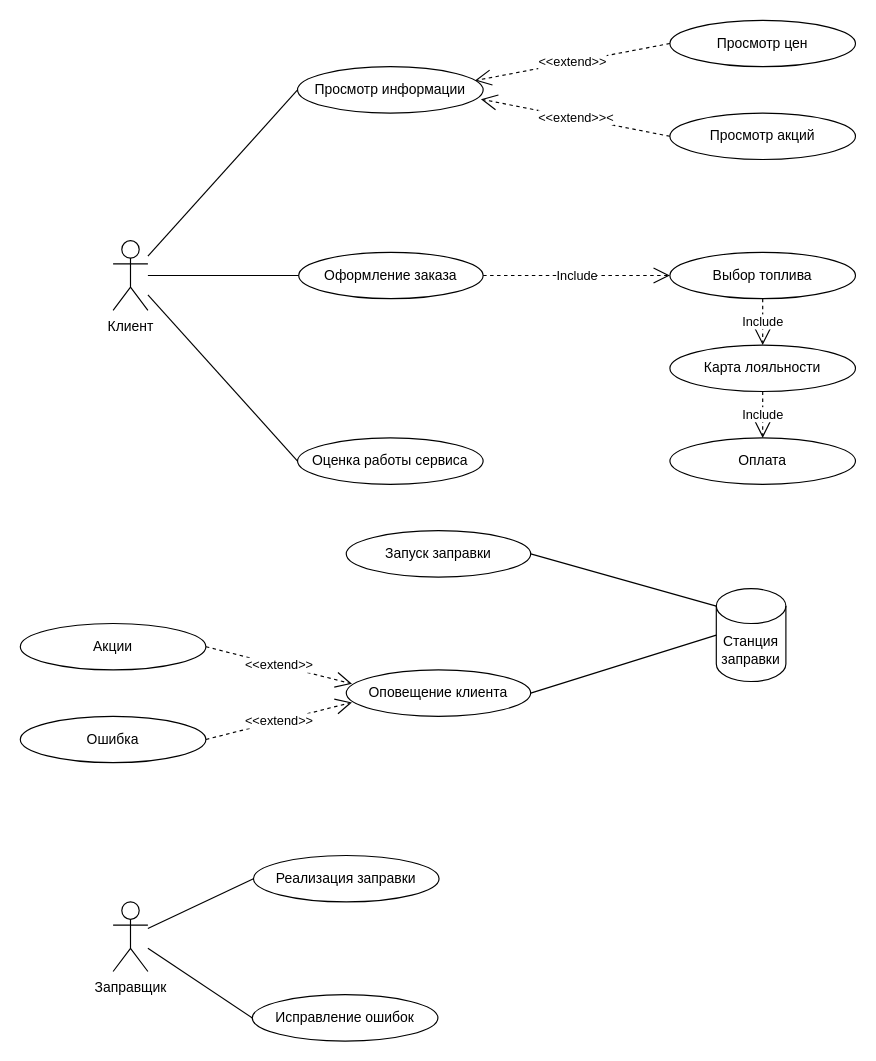
This is IS gas station.drawio from aleksey899/gas-station, a draw.io file, before an edit. Source tidied: cells renumbered, new cells numbered last; positions are measured from the earlier drawing's top-left corner, leaving out a move shared by most shapes. Both pictures are drawn from the tidied source at 116%, with x=0, y=0 at pixel (20, 20).
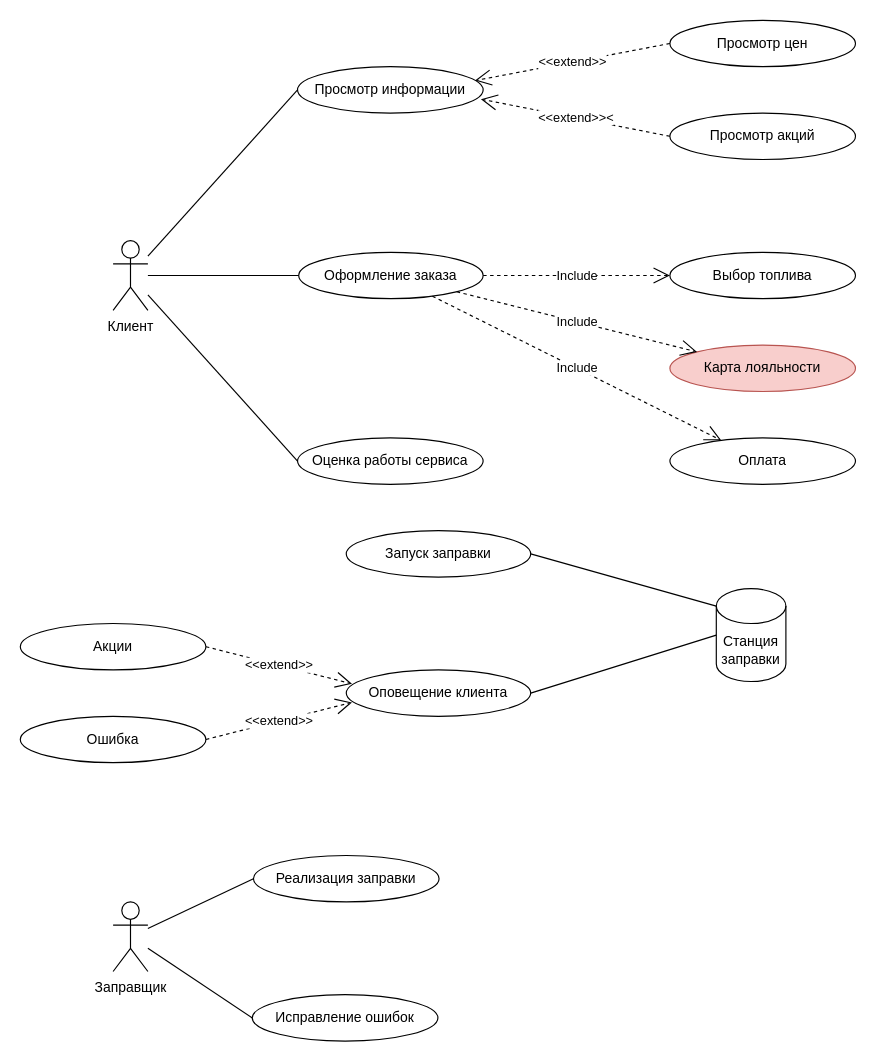
After the change.

The change refers to these unchanged cells:
```xml
<mxCell id="4" value="Оформление заказа" style="ellipse;whiteSpace=wrap;html=1;" parent="1" vertex="1">
  <mxGeometry x="240" y="200" width="159" height="40" as="geometry" />
</mxCell>
<mxCell id="19" value="Оплата" style="ellipse;whiteSpace=wrap;html=1;" parent="1" vertex="1">
  <mxGeometry x="560" y="360" width="160" height="40" as="geometry" />
</mxCell>
<mxCell id="20" value="Выбор топлива" style="ellipse;whiteSpace=wrap;html=1;" parent="1" vertex="1">
  <mxGeometry x="560" y="200" width="160" height="40" as="geometry" />
</mxCell>
```

Diff of the diagram source:
```diff
@@
-    <mxCell id="21" value="Карта лояльности" style="ellipse;whiteSpace=wrap;html=1;" parent="1" vertex="1">
+    <mxCell id="21" value="Карта лояльности" style="ellipse;whiteSpace=wrap;html=1;fillColor=#f8cecc;strokeColor=#b85450;" parent="1" vertex="1">
       <mxGeometry x="560" y="280" width="160" height="40" as="geometry" />
     </mxCell>
@@
-    <mxCell id="28" value="Include" style="endArrow=open;endSize=12;dashed=1;html=1;exitX=1;exitY=0.5;exitDx=0;exitDy=0;entryX=0;entryY=0.5;entryDx=0;entryDy=0;" parent="1" edge="1" source="4" target="20">
+    <mxCell id="28" value="Include" style="endArrow=open;endSize=12;dashed=1;html=1;" parent="1" edge="1" source="4" target="20">
       <mxGeometry relative="1" as="geometry" />
     </mxCell>
-    <mxCell id="29" value="Include" style="endArrow=open;endSize=12;dashed=1;html=1;entryX=0.5;entryY=0;entryDx=0;entryDy=0;exitX=0.5;exitY=1;exitDx=0;exitDy=0;" parent="1" edge="1" source="21" target="19">
+    <mxCell id="29" value="Include" style="endArrow=open;endSize=12;dashed=1;html=1;" parent="1" edge="1" source="4" target="19">
       <mxGeometry relative="1" as="geometry" />
     </mxCell>
-    <mxCell id="30" value="Include" style="endArrow=open;endSize=12;dashed=1;html=1;exitX=0.5;exitY=1;exitDx=0;exitDy=0;entryX=0.5;entryY=0;entryDx=0;entryDy=0;" parent="1" edge="1" source="20" target="21">
+    <mxCell id="30" value="Include" style="endArrow=open;endSize=12;dashed=1;html=1;" parent="1" edge="1" source="4" target="21">
       <mxGeometry relative="1" as="geometry" />
     </mxCell>
```
